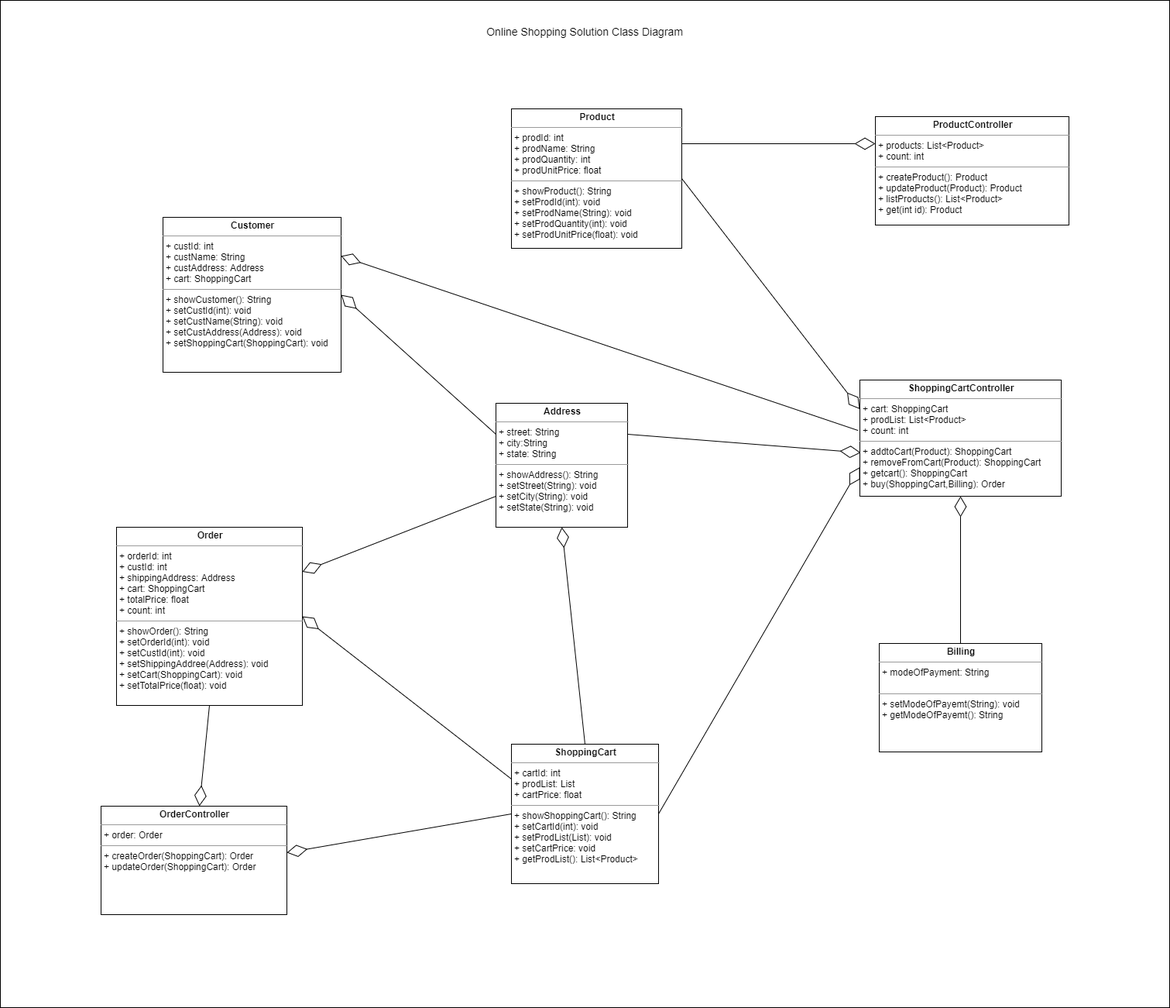
Earlier version of the draw.io export class_diagram_1.png (MayurNagarkar/ECommerce). Source tidied: cells renumbered, new cells last; positions are measured from the earlier drawing's top-left corner, leaving out a move shared by most shapes.
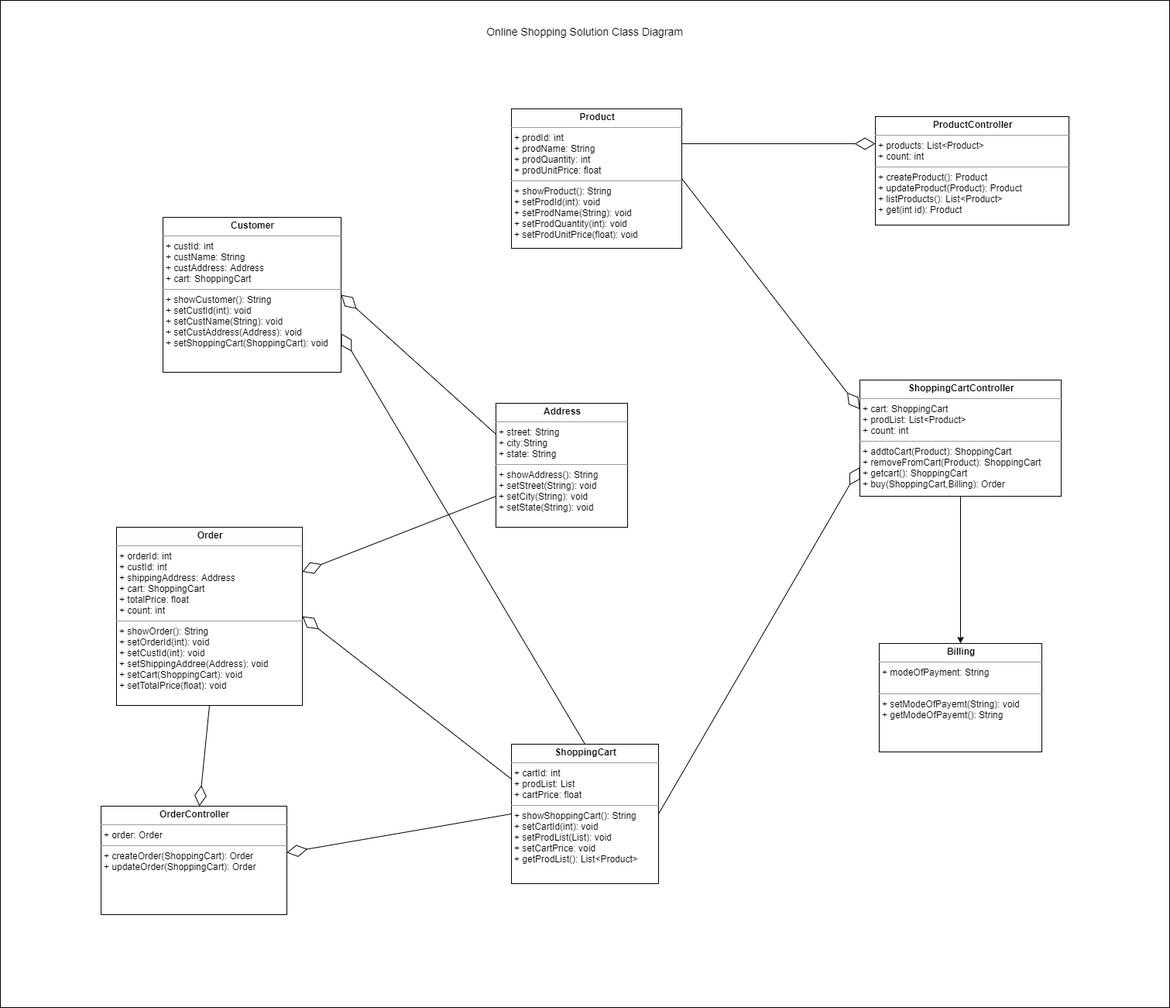
Later version of the same file.

Commit message:
Online Shopping Application class diagram

Diff of the diagram source:
```diff
@@ -49,21 +49,12 @@
     <mxCell id="16" style="endArrow=diamondThin;endFill=0;endSize=24;html=1;entryX=1;entryY=0.5;entryDx=0;entryDy=0;exitX=0;exitY=0.25;exitDx=0;exitDy=0;" parent="1" edge="1" source="5" target="8">
       <mxGeometry relative="1" as="geometry" />
     </mxCell>
-    <mxCell id="17" style="endArrow=diamondThin;endFill=0;endSize=24;html=1;exitX=0.5;exitY=0;exitDx=0;exitDy=0;" parent="1" edge="1" source="10" target="7">
-      <mxGeometry relative="1" as="geometry" />
-    </mxCell>
-    <mxCell id="18" style="endArrow=diamondThin;endFill=0;endSize=24;html=1;entryX=0.004;entryY=0.625;entryDx=0;entryDy=0;exitX=1;exitY=0.25;exitDx=0;exitDy=0;entryPerimeter=0;" parent="1" edge="1" source="20" target="7">
-      <mxGeometry relative="1" as="geometry" />
-    </mxCell>
-    <mxCell id="19" style="endArrow=diamondThin;endFill=0;endSize=24;html=1;exitX=-0.009;exitY=0.434;exitDx=0;exitDy=0;exitPerimeter=0;entryX=1;entryY=0.25;entryDx=0;entryDy=0;" parent="1" edge="1" source="7" target="4">
+    <mxCell id="19" style="endArrow=diamondThin;endFill=0;endSize=24;html=1;entryX=1;entryY=0.75;entryDx=0;entryDy=0;exitX=0.5;exitY=0;exitDx=0;exitDy=0;" parent="1" edge="1" source="5" target="4">
       <mxGeometry relative="1" as="geometry" />
     </mxCell>
     <mxCell id="20" value="&lt;p style=&quot;margin: 0px ; margin-top: 4px ; text-align: center&quot;&gt;&lt;b&gt;Address&lt;/b&gt;&lt;/p&gt;&lt;hr size=&quot;1&quot;&gt;&lt;p style=&quot;margin: 0px ; margin-left: 4px&quot;&gt;+ street: String&lt;/p&gt;&lt;p style=&quot;margin: 0px ; margin-left: 4px&quot;&gt;+ city:String&lt;/p&gt;&lt;p style=&quot;margin: 0px ; margin-left: 4px&quot;&gt;+ state: String&lt;br&gt;&lt;/p&gt;&lt;hr size=&quot;1&quot;&gt;&lt;p style=&quot;margin: 0px ; margin-left: 4px&quot;&gt;&lt;span&gt;+ showAddress(): String&lt;/span&gt;&lt;/p&gt;&lt;p style=&quot;margin: 0px ; margin-left: 4px&quot;&gt;&lt;span&gt;+ setStreet(String): void&lt;/span&gt;&lt;br&gt;&lt;/p&gt;&lt;p style=&quot;margin: 0px ; margin-left: 4px&quot;&gt;+ setCity(String): void&lt;/p&gt;&lt;p style=&quot;margin: 0px ; margin-left: 4px&quot;&gt;+ setState(String): void&lt;/p&gt;" style="verticalAlign=top;align=left;overflow=fill;fontSize=12;fontFamily=Helvetica;html=1;" parent="1" vertex="1">
       <mxGeometry x="640" y="520" width="170" height="160" as="geometry" />
     </mxCell>
-    <mxCell id="21" style="endArrow=diamondThin;endFill=0;endSize=24;html=1;entryX=0.5;entryY=1;entryDx=0;entryDy=0;exitX=0.5;exitY=0;exitDx=0;exitDy=0;" parent="1" edge="1" source="5" target="20">
-      <mxGeometry relative="1" as="geometry" />
-    </mxCell>
     <mxCell id="22" style="endArrow=diamondThin;endFill=0;endSize=24;html=1;exitX=0.5;exitY=1;exitDx=0;exitDy=0;" parent="1" edge="1" source="8" target="9">
       <mxGeometry relative="1" as="geometry" />
     </mxCell>
@@ -73,5 +64,8 @@
     <mxCell id="24" style="endArrow=diamondThin;endFill=0;endSize=24;html=1;entryX=0;entryY=0.75;entryDx=0;entryDy=0;exitX=1;exitY=0.5;exitDx=0;exitDy=0;" parent="1" edge="1" source="5" target="7">
       <mxGeometry relative="1" as="geometry" />
     </mxCell>
+    <mxCell id="25" style="endArrow=classic;html=1;exitX=0.5;exitY=1;exitDx=0;exitDy=0;entryX=0.5;entryY=0;entryDx=0;entryDy=0;" parent="1" edge="1" source="7" target="10">
+      <mxGeometry relative="1" as="geometry" />
+    </mxCell>
   </root>
 </mxGraphModel>
```
